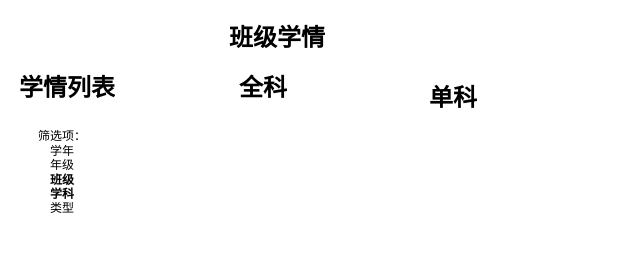
This is 学情app.drawio from cychenyao/test, a draw.io file, before an edit. Source tidied: cells renumbered, new cells numbered last; positions are measured from the earlier drawing's top-left corner, leaving out a move shared by most shapes. Both pictures are drawn from the tidied source at 100%, with x=0, y=0 at pixel (17, 17).
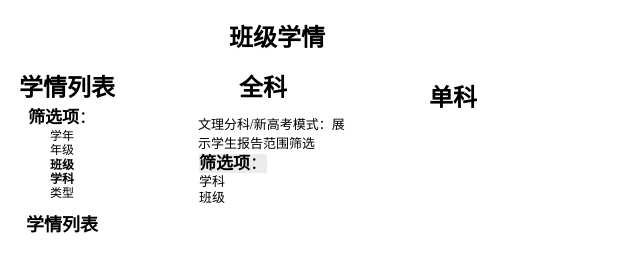
The same diagram, later.

Diff of the diagram source:
```diff
@@
 <mxGraphModel>
   <root>
     <mxCell id="0" />
     <mxCell id="1" parent="0" />
     <mxCell id="2" value="&lt;h1 style=&quot;margin-top: 0px;&quot;&gt;学情列表&lt;/h1&gt;" style="text;html=1;whiteSpace=wrap;overflow=hidden;rounded=0;" parent="1" vertex="1">
       <mxGeometry y="50" width="180" height="40" as="geometry" />
     </mxCell>
     <mxCell id="3" value="&lt;h1 style=&quot;margin-top: 0px;&quot;&gt;全科&lt;/h1&gt;" style="text;html=1;whiteSpace=wrap;overflow=hidden;rounded=0;" parent="1" vertex="1">
       <mxGeometry x="220" y="50" width="180" height="40" as="geometry" />
     </mxCell>
     <mxCell id="4" value="&lt;h1 style=&quot;margin-top: 0px;&quot;&gt;单科&lt;/h1&gt;" style="text;html=1;whiteSpace=wrap;overflow=hidden;rounded=0;" parent="1" vertex="1">
       <mxGeometry x="410" y="60" width="180" height="40" as="geometry" />
     </mxCell>
     <mxCell id="5" value="&lt;h1 style=&quot;margin-top: 0px;&quot;&gt;班级学情&lt;/h1&gt;" style="text;html=1;whiteSpace=wrap;overflow=hidden;rounded=0;" parent="1" vertex="1">
       <mxGeometry x="210" width="310" height="40" as="geometry" />
     </mxCell>
-    <mxCell id="6" value="筛选项：&lt;div&gt;学年&lt;div&gt;年级&lt;/div&gt;&lt;div&gt;&lt;b&gt;班级&lt;/b&gt;&lt;/div&gt;&lt;/div&gt;&lt;div&gt;&lt;b&gt;学科&lt;/b&gt;&lt;/div&gt;&lt;div&gt;类型&lt;/div&gt;" style="text;html=1;whiteSpace=wrap;strokeColor=none;fillColor=none;align=center;verticalAlign=middle;rounded=0;" parent="1" vertex="1">
+    <mxCell id="6" value="&lt;font style=&quot;font-size: 17px;&quot;&gt;&lt;b style=&quot;&quot;&gt;筛选项&lt;/b&gt;：&lt;/font&gt;&lt;div&gt;学年&lt;div&gt;年级&lt;/div&gt;&lt;div&gt;&lt;b&gt;班级&lt;/b&gt;&lt;/div&gt;&lt;/div&gt;&lt;div&gt;&lt;b&gt;学科&lt;/b&gt;&lt;/div&gt;&lt;div&gt;类型&lt;/div&gt;&lt;div&gt;&lt;br&gt;&lt;/div&gt;&lt;div&gt;&lt;b&gt;&lt;font style=&quot;font-size: 18px;&quot;&gt;学情列表&lt;/font&gt;&lt;/b&gt;&lt;/div&gt;" style="text;html=1;whiteSpace=wrap;strokeColor=none;fillColor=none;align=center;verticalAlign=middle;rounded=0;" parent="1" vertex="1">
       <mxGeometry y="90" width="90" height="130" as="geometry" />
     </mxCell>
+    <mxCell id="7" value="&lt;p class=&quot;p1&quot; style=&quot;margin: 0px; font-variant-numeric: normal; font-variant-east-asian: normal; font-variant-alternates: normal; font-size-adjust: none; font-language-override: normal; font-kerning: auto; font-optical-sizing: auto; font-feature-settings: normal; font-variation-settings: normal; font-variant-position: normal; font-variant-emoji: normal; font-stretch: normal; font-size: 13px; line-height: normal; font-family: &amp;quot;PingFang SC&amp;quot;; text-align: start;&quot;&gt;文理分科&lt;span class=&quot;s1&quot; style=&quot;font-variant-numeric: normal; font-variant-east-asian: normal; font-variant-alternates: normal; font-size-adjust: none; font-language-override: normal; font-kerning: auto; font-optical-sizing: auto; font-feature-settings: normal; font-variation-settings: normal; font-variant-position: normal; font-variant-emoji: normal; font-stretch: normal; line-height: normal; font-family: &amp;quot;Helvetica Neue&amp;quot;;&quot;&gt;/&lt;/span&gt;新高考模式：展示学生报告范围筛选&lt;/p&gt;" style="text;html=1;whiteSpace=wrap;strokeColor=none;fillColor=none;align=center;verticalAlign=middle;rounded=0;" parent="1" vertex="1">
+      <mxGeometry x="180" y="100" width="160" height="30" as="geometry" />
+    </mxCell>
+    <mxCell id="8" value="&lt;b style=&quot;forced-color-adjust: none; color: rgb(0, 0, 0); font-family: Helvetica; font-size: 17px; font-style: normal; font-variant-ligatures: normal; font-variant-caps: normal; letter-spacing: normal; orphans: 2; text-align: center; text-indent: 0px; text-transform: none; widows: 2; word-spacing: 0px; -webkit-text-stroke-width: 0px; white-space: normal; background-color: rgb(236, 236, 236); text-decoration-thickness: initial; text-decoration-style: initial; text-decoration-color: initial;&quot;&gt;筛选项&lt;/b&gt;&lt;span style=&quot;color: rgb(0, 0, 0); font-family: Helvetica; font-size: 17px; font-style: normal; font-variant-ligatures: normal; font-variant-caps: normal; font-weight: 400; letter-spacing: normal; orphans: 2; text-align: center; text-indent: 0px; text-transform: none; widows: 2; word-spacing: 0px; -webkit-text-stroke-width: 0px; white-space: normal; background-color: rgb(236, 236, 236); text-decoration-thickness: initial; text-decoration-style: initial; text-decoration-color: initial; float: none; display: inline !important;&quot;&gt;：&lt;/span&gt;&lt;div style=&quot;&quot;&gt;&lt;font style=&quot;font-size: 13px;&quot;&gt;学科&lt;/font&gt;&lt;/div&gt;&lt;div style=&quot;&quot;&gt;&lt;font style=&quot;font-size: 13px;&quot;&gt;班级&lt;/font&gt;&lt;/div&gt;&lt;div style=&quot;&quot;&gt;&lt;font style=&quot;font-size: 13px;&quot;&gt;&lt;br&gt;&lt;/font&gt;&lt;/div&gt;" style="text;whiteSpace=wrap;html=1;" parent="1" vertex="1">
+      <mxGeometry x="180" y="130" width="100" height="60" as="geometry" />
+    </mxCell>
   </root>
 </mxGraphModel>
```
